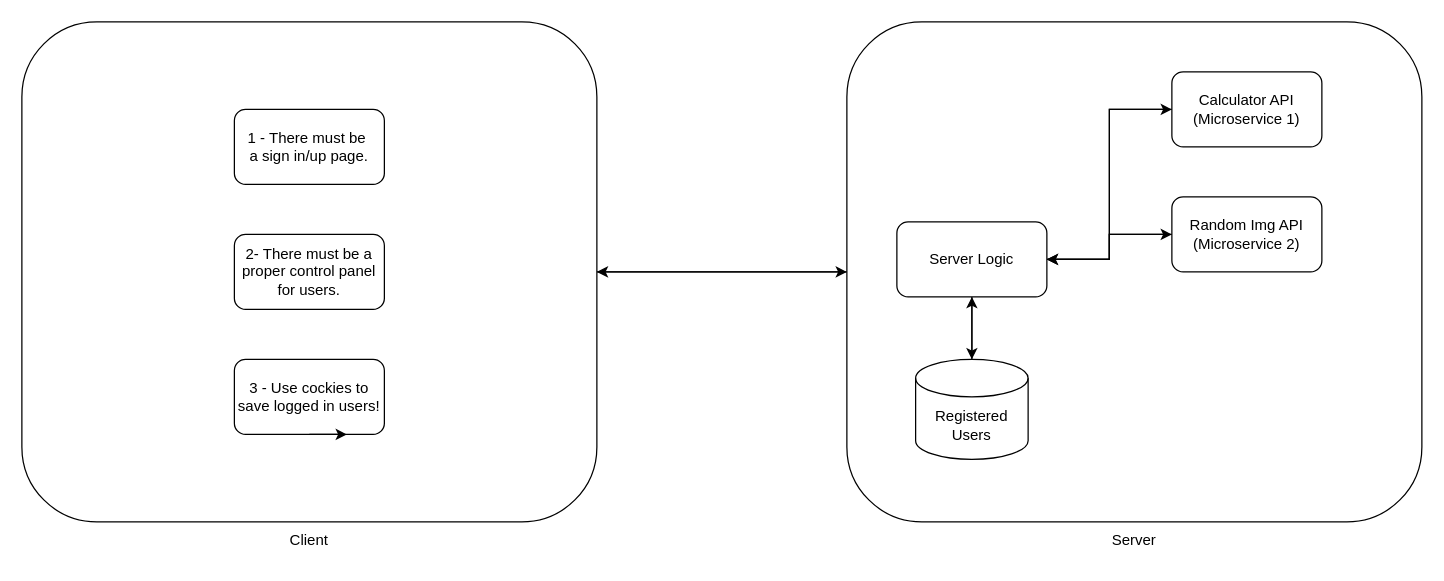
This is app-architecture.drawio from pouyam79i/web-service-training, a draw.io file, before an edit. Source tidied: cells renumbered, new cells numbered last; positions are measured from the earlier drawing's top-left corner, leaving out a move shared by most shapes. Both pictures are drawn from the tidied source at 125%, with x=0, y=0 at pixel (21, 21).
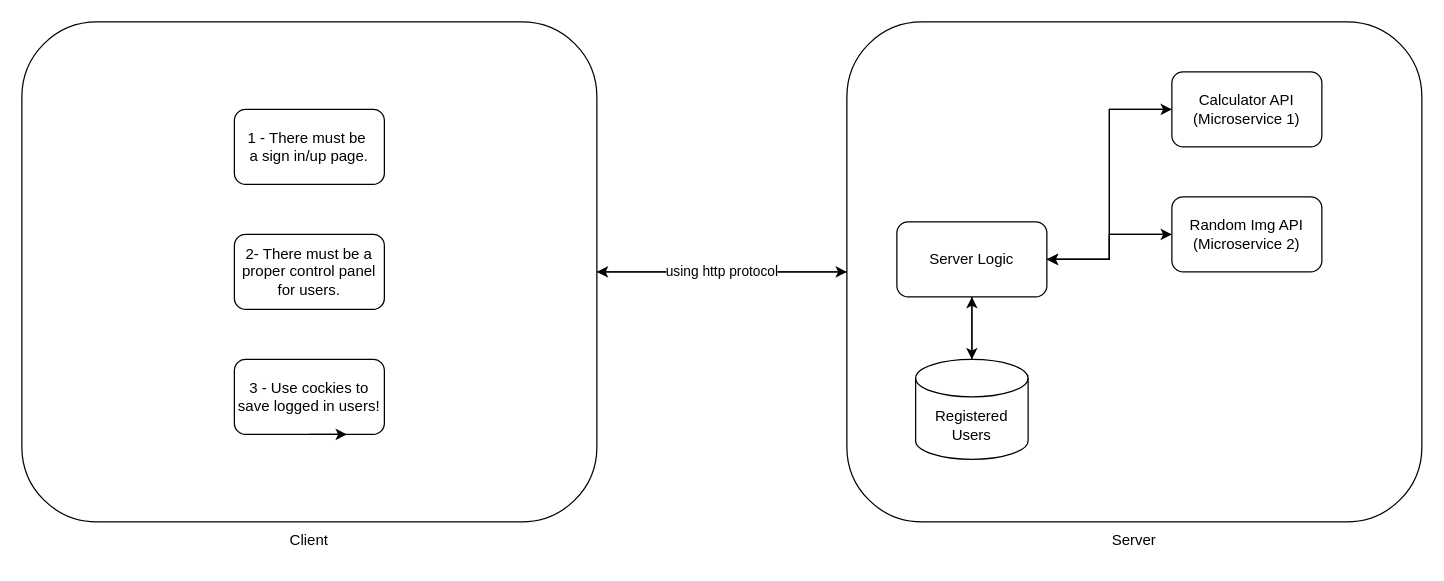
The same diagram, later.

Unchanged cells that the change refers to:
```xml
<mxCell id="3" style="rounded=1;whiteSpace=wrap;html=1;" parent="1" vertex="1">
  <mxGeometry width="460" height="400" as="geometry" />
</mxCell>
<mxCell id="5" style="rounded=1;whiteSpace=wrap;html=1;" parent="1" vertex="1">
  <mxGeometry x="660" width="460" height="400" as="geometry" />
</mxCell>
```

The edit, as a diff of the source:
```diff
@@
-    <mxCell id="4" style="edgeStyle=orthogonalEdgeStyle;rounded=0;jettySize=auto;html=1;exitX=0;exitY=0.5;exitDx=0;exitDy=0;entryX=1;entryY=0.5;entryDx=0;entryDy=0;" parent="1" edge="1" source="5" target="3">
+    <mxCell id="4" value="using http protocol" style="edgeStyle=orthogonalEdgeStyle;rounded=0;jettySize=auto;html=1;exitX=0;exitY=0.5;exitDx=0;exitDy=0;entryX=1;entryY=0.5;entryDx=0;entryDy=0;" parent="1" edge="1" source="5" target="3">
       <mxGeometry relative="1" as="geometry" />
     </mxCell>
```
